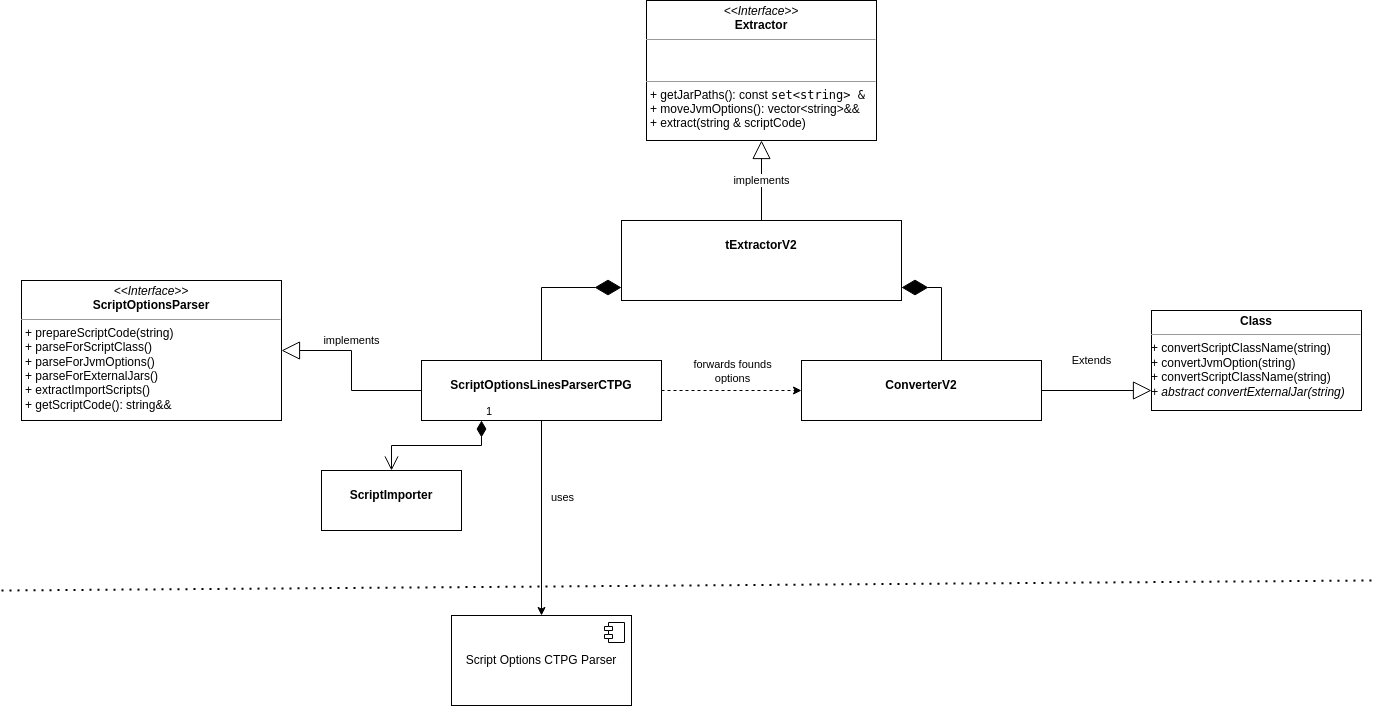
exasol/script-languages keeps this draw.io diagram as exaudfclient/docs/diagrams/CTPGParserHandler.png. Above is the earlier version. Source tidied: cells renumbered, new cells last; positions are measured from the earlier drawing's top-left corner, leaving out a move shared by most shapes. The source it was exported from:
```xml
<mxGraphModel>
  <root>
    <mxCell id="0" />
    <mxCell id="1" parent="0" />
    <mxCell id="2" value="&lt;p style=&quot;margin:0px;margin-top:4px;text-align:center;&quot;&gt;&lt;i&gt;&amp;lt;&amp;lt;Interface&amp;gt;&amp;gt;&lt;/i&gt;&lt;br&gt;&lt;b&gt;Extractor&lt;/b&gt;&lt;/p&gt;&lt;hr size=&quot;1&quot;&gt;&lt;p style=&quot;margin:0px;margin-left:4px;&quot;&gt;&lt;br&gt;&lt;br&gt;&lt;/p&gt;&lt;hr size=&quot;1&quot;&gt;&lt;p style=&quot;margin:0px;margin-left:4px;&quot;&gt;&lt;span style=&quot;background-color: rgb(255, 255, 255);&quot;&gt;+&amp;nbsp;getJarPaths():&amp;nbsp;const&amp;nbsp;&lt;span style=&quot;font-family: &amp;quot;JetBrains Mono&amp;quot;, monospace;&quot;&gt;set&amp;lt;string&amp;gt; &amp;amp;&lt;/span&gt;&lt;/span&gt;&lt;/p&gt;&lt;p style=&quot;margin:0px;margin-left:4px;&quot;&gt;+&amp;nbsp;moveJvmOptions&lt;span style=&quot;background-color: initial;&quot;&gt;():&amp;nbsp;&lt;/span&gt;vector&amp;lt;string&amp;gt;&amp;amp;&amp;amp;&amp;nbsp;&lt;/p&gt;&lt;p style=&quot;margin:0px;margin-left:4px;&quot;&gt;+&amp;nbsp;extract(string &amp;amp; scriptCode)&lt;br&gt;&amp;nbsp;&lt;/p&gt;&lt;p style=&quot;margin:0px;margin-left:4px;&quot;&gt;&amp;nbsp;&lt;br&gt;&lt;/p&gt;" style="verticalAlign=top;align=left;overflow=fill;fontSize=12;fontFamily=Helvetica;html=1;whiteSpace=wrap;" parent="1" vertex="1">
      <mxGeometry x="645" width="230" height="140" as="geometry" />
    </mxCell>
    <mxCell id="3" value="implements" style="endArrow=block;endSize=16;endFill=0;html=1;rounded=0;exitX=0.5;exitY=0;exitDx=0;exitDy=0;entryX=0.5;entryY=1;entryDx=0;entryDy=0;" parent="1" edge="1" target="2">
      <mxGeometry relative="1" as="geometry">
        <mxPoint x="760" y="220" as="sourcePoint" />
      </mxGeometry>
    </mxCell>
    <mxCell id="4" style="edgeStyle=orthogonalEdgeStyle;rounded=0;jettySize=auto;html=1;exitX=0.5;exitY=1;exitDx=0;exitDy=0;entryX=0.5;entryY=0;entryDx=0;entryDy=0;" parent="1" edge="1" source="8" target="11">
      <mxGeometry relative="1" as="geometry" />
    </mxCell>
    <mxCell id="5" value="uses" style="edgeLabel;html=1;align=center;verticalAlign=middle;" parent="4" vertex="1">
      <mxGeometry x="-0.17" y="-1" relative="1" as="geometry">
        <mxPoint x="21" y="-5" as="offset" />
      </mxGeometry>
    </mxCell>
    <mxCell id="6" style="edgeStyle=orthogonalEdgeStyle;rounded=0;jettySize=auto;html=1;exitX=1;exitY=0.5;exitDx=0;exitDy=0;entryX=0;entryY=0.5;entryDx=0;entryDy=0;dashed=1;" parent="1" edge="1" source="8" target="16">
      <mxGeometry relative="1" as="geometry" />
    </mxCell>
    <mxCell id="7" value="forwards founds &lt;br&gt;options" style="edgeLabel;html=1;align=center;verticalAlign=middle;" parent="6" vertex="1">
      <mxGeometry x="0.23" relative="1" as="geometry">
        <mxPoint x="-16" y="-20" as="offset" />
      </mxGeometry>
    </mxCell>
    <mxCell id="8" value="&lt;p style=&quot;margin:0px;margin-top:4px;text-align:center;&quot;&gt;&lt;br&gt;&lt;b&gt;ScriptOptionsLinesParserCTPG&lt;/b&gt;&lt;/p&gt;" style="verticalAlign=top;align=left;overflow=fill;fontSize=12;fontFamily=Helvetica;html=1;whiteSpace=wrap;" parent="1" vertex="1">
      <mxGeometry x="420" y="360" width="240" height="60" as="geometry" />
    </mxCell>
    <mxCell id="9" style="endArrow=diamondThin;endFill=1;endSize=24;html=1;rounded=0;entryX=0;entryY=0.5;entryDx=0;entryDy=0;exitX=0.5;exitY=0;exitDx=0;exitDy=0;" parent="1" edge="1" source="8">
      <mxGeometry relative="1" as="geometry">
        <mxPoint x="620" y="287" as="targetPoint" />
        <Array as="points">
          <mxPoint x="540" y="287" />
        </Array>
      </mxGeometry>
    </mxCell>
    <mxCell id="10" style="endArrow=diamondThin;endFill=1;endSize=24;html=1;rounded=0;entryX=1;entryY=0.5;entryDx=0;entryDy=0;exitX=0.5;exitY=0;exitDx=0;exitDy=0;" parent="1" edge="1">
      <mxGeometry relative="1" as="geometry">
        <mxPoint x="940" y="360" as="sourcePoint" />
        <mxPoint x="900" y="287" as="targetPoint" />
        <Array as="points">
          <mxPoint x="940" y="287" />
        </Array>
      </mxGeometry>
    </mxCell>
    <mxCell id="11" value="Script Options CTPG Parser" style="html=1;whiteSpace=wrap;" parent="1" vertex="1">
      <mxGeometry x="450" y="615" width="180" height="90" as="geometry" />
    </mxCell>
    <mxCell id="12" style="shape=module;jettyWidth=8;jettyHeight=4;" parent="11" vertex="1">
      <mxGeometry x="1" width="20" height="20" relative="1" as="geometry">
        <mxPoint x="-27" y="7" as="offset" />
      </mxGeometry>
    </mxCell>
    <mxCell id="13" style="endArrow=none;dashed=1;html=1;dashPattern=1 3;strokeWidth=2;rounded=0;" parent="1" edge="1">
      <mxGeometry relative="1" as="geometry">
        <mxPoint y="590" as="sourcePoint" />
        <mxPoint x="1370" y="580" as="targetPoint" />
      </mxGeometry>
    </mxCell>
    <mxCell id="14" value="&lt;p style=&quot;margin:0px;margin-top:4px;text-align:center;&quot;&gt;&lt;i&gt;&amp;lt;&amp;lt;Interface&amp;gt;&amp;gt;&lt;/i&gt;&lt;br&gt;&lt;b&gt;ScriptOptionsParser&lt;/b&gt;&lt;/p&gt;&lt;hr size=&quot;1&quot;&gt;&lt;p style=&quot;margin:0px;margin-left:4px;&quot;&gt;&lt;/p&gt;&lt;p style=&quot;margin:0px;margin-left:4px;&quot;&gt;+ prepareScriptCode(string)&lt;br&gt;+ parseForScriptClass()&lt;/p&gt;&lt;p style=&quot;margin:0px;margin-left:4px;&quot;&gt;+ parseForJvmOptions()&lt;br&gt;&lt;/p&gt;&lt;p style=&quot;margin:0px;margin-left:4px;&quot;&gt;+ parseForExternalJars()&lt;br&gt;&lt;/p&gt;&lt;p style=&quot;margin:0px;margin-left:4px;&quot;&gt;+ extractImportScripts()&lt;br&gt;&lt;/p&gt;&lt;p style=&quot;margin:0px;margin-left:4px;&quot;&gt;+ getScriptCode(): string&amp;amp;&amp;amp;&lt;br&gt;&lt;/p&gt;&lt;p style=&quot;margin:0px;margin-left:4px;&quot;&gt;&lt;br&gt;&lt;/p&gt;" style="verticalAlign=top;align=left;overflow=fill;fontSize=12;fontFamily=Helvetica;html=1;whiteSpace=wrap;" parent="1" vertex="1">
      <mxGeometry x="20" y="280" width="260" height="140" as="geometry" />
    </mxCell>
    <mxCell id="15" value="implements" style="endArrow=block;endSize=16;endFill=0;html=1;rounded=0;exitX=0;exitY=0.5;exitDx=0;exitDy=0;entryX=1;entryY=0.5;entryDx=0;entryDy=0;" parent="1" edge="1" source="8" target="14">
      <mxGeometry x="0.22" y="-10" relative="1" as="geometry">
        <Array as="points">
          <mxPoint x="350" y="390" />
          <mxPoint x="350" y="350" />
        </Array>
      </mxGeometry>
    </mxCell>
    <mxCell id="16" value="&lt;p style=&quot;margin:0px;margin-top:4px;text-align:center;&quot;&gt;&lt;br&gt;&lt;b&gt;ConverterV2&lt;/b&gt;&lt;/p&gt;" style="verticalAlign=top;align=left;overflow=fill;fontSize=12;fontFamily=Helvetica;html=1;whiteSpace=wrap;" parent="1" vertex="1">
      <mxGeometry x="800" y="360" width="240" height="60" as="geometry" />
    </mxCell>
    <mxCell id="17" value="Extends" style="endArrow=block;endSize=16;endFill=0;html=1;rounded=0;exitX=1;exitY=0.5;exitDx=0;exitDy=0;entryX=0;entryY=0.5;entryDx=0;entryDy=0;" parent="1" edge="1" source="16">
      <mxGeometry x="-0.09" y="30" relative="1" as="geometry">
        <mxPoint x="1150" y="390" as="targetPoint" />
      </mxGeometry>
    </mxCell>
    <mxCell id="18" value="&lt;p style=&quot;margin:0px;margin-top:4px;text-align:center;&quot;&gt;&lt;br&gt;&lt;b&gt;tExtractorV2&lt;/b&gt;&lt;/p&gt;" style="verticalAlign=top;align=left;overflow=fill;fontSize=12;fontFamily=Helvetica;html=1;whiteSpace=wrap;" parent="1" vertex="1">
      <mxGeometry x="620" y="220" width="280" height="80" as="geometry" />
    </mxCell>
    <mxCell id="19" value="&lt;p style=&quot;margin:0px;margin-top:4px;text-align:center;&quot;&gt;&lt;b&gt;Class&lt;/b&gt;&lt;/p&gt;&lt;hr size=&quot;1&quot;&gt;&lt;div style=&quot;height:2px;&quot;&gt;+ convertScriptClassName(string)&lt;br style=&quot;border-color: var(--border-color);&quot;&gt;+ convertJvmOption(string)&lt;br style=&quot;border-color: var(--border-color);&quot;&gt;+ convertScriptClassName(string)&lt;br style=&quot;border-color: var(--border-color);&quot;&gt;&lt;i style=&quot;border-color: var(--border-color);&quot;&gt;+ abstract convertExternalJar(string)&lt;/i&gt;&lt;/div&gt;" style="verticalAlign=top;align=left;overflow=fill;fontSize=12;fontFamily=Helvetica;html=1;whiteSpace=wrap;" parent="1" vertex="1">
      <mxGeometry x="1150" y="310" width="210" height="100" as="geometry" />
    </mxCell>
    <mxCell id="20" value="&lt;p style=&quot;margin:0px;margin-top:4px;text-align:center;&quot;&gt;&lt;br&gt;&lt;b&gt;ScriptImporter&lt;/b&gt;&lt;/p&gt;" style="verticalAlign=top;align=left;overflow=fill;fontSize=12;fontFamily=Helvetica;html=1;whiteSpace=wrap;" parent="1" vertex="1">
      <mxGeometry x="320" y="470" width="140" height="60" as="geometry" />
    </mxCell>
    <mxCell id="21" value="1" style="endArrow=open;html=1;endSize=12;startArrow=diamondThin;startSize=14;startFill=1;edgeStyle=orthogonalEdgeStyle;align=left;verticalAlign=bottom;rounded=0;exitX=0.25;exitY=1;exitDx=0;exitDy=0;" parent="1" edge="1" source="8" target="20">
      <mxGeometry x="-1" y="3" relative="1" as="geometry" />
    </mxCell>
  </root>
</mxGraphModel>
```
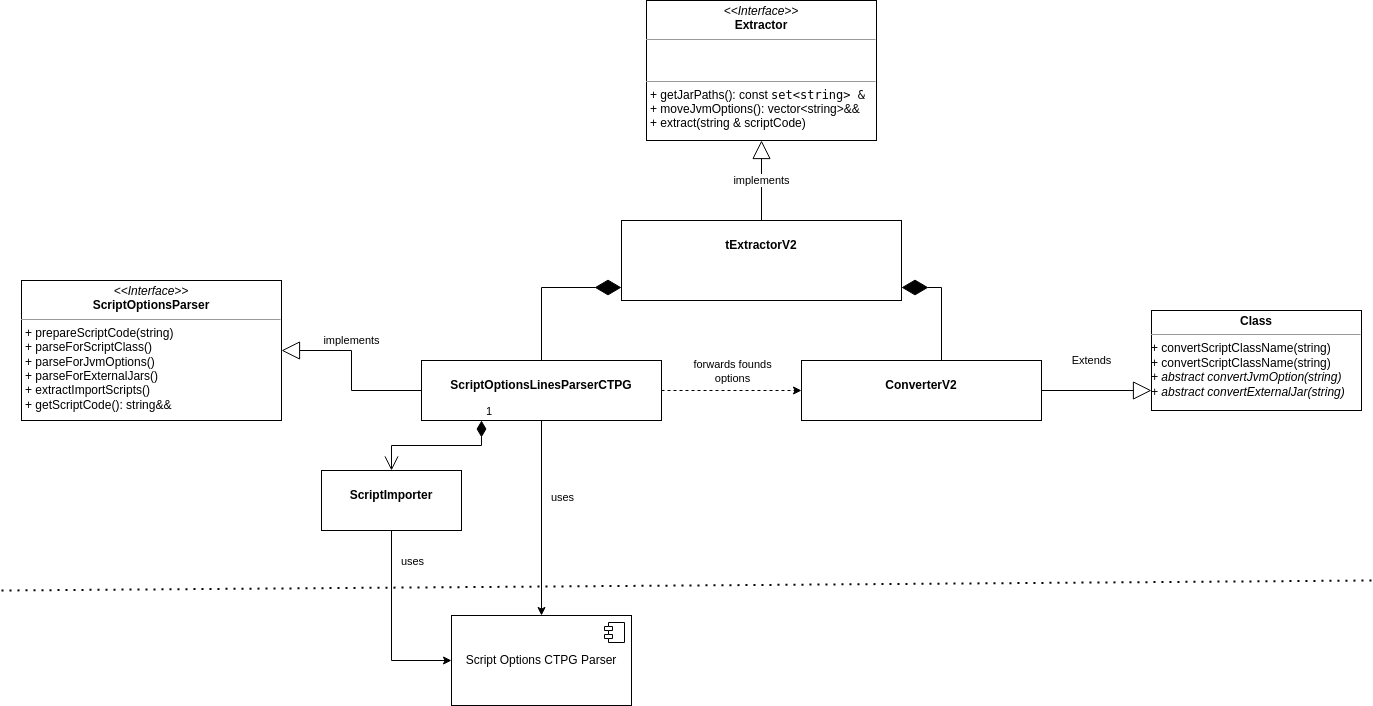
The same file after the commit.

The edit, as a diff of the source:
```diff
@@ -82,9 +82,17 @@
     <mxCell id="18" value="&lt;p style=&quot;margin:0px;margin-top:4px;text-align:center;&quot;&gt;&lt;br&gt;&lt;b&gt;tExtractorV2&lt;/b&gt;&lt;/p&gt;" style="verticalAlign=top;align=left;overflow=fill;fontSize=12;fontFamily=Helvetica;html=1;whiteSpace=wrap;" parent="1" vertex="1">
       <mxGeometry x="620" y="220" width="280" height="80" as="geometry" />
     </mxCell>
-    <mxCell id="19" value="&lt;p style=&quot;margin:0px;margin-top:4px;text-align:center;&quot;&gt;&lt;b&gt;Class&lt;/b&gt;&lt;/p&gt;&lt;hr size=&quot;1&quot;&gt;&lt;div style=&quot;height:2px;&quot;&gt;+ convertScriptClassName(string)&lt;br style=&quot;border-color: var(--border-color);&quot;&gt;+ convertJvmOption(string)&lt;br style=&quot;border-color: var(--border-color);&quot;&gt;+ convertScriptClassName(string)&lt;br style=&quot;border-color: var(--border-color);&quot;&gt;&lt;i style=&quot;border-color: var(--border-color);&quot;&gt;+ abstract convertExternalJar(string)&lt;/i&gt;&lt;/div&gt;" style="verticalAlign=top;align=left;overflow=fill;fontSize=12;fontFamily=Helvetica;html=1;whiteSpace=wrap;" parent="1" vertex="1">
+    <mxCell id="19" value="&lt;p style=&quot;margin:0px;margin-top:4px;text-align:center;&quot;&gt;&lt;b&gt;Class&lt;/b&gt;&lt;/p&gt;&lt;hr size=&quot;1&quot;&gt;&lt;div style=&quot;height:2px;&quot;&gt;+ convertScriptClassName(string)&lt;br style=&quot;border-color: var(--border-color);&quot;&gt;+ convertScriptClassName(string)&lt;br style=&quot;border-color: var(--border-color);&quot;&gt;&lt;i&gt;+ abstract convertJvmOption(string)&lt;/i&gt;&lt;br style=&quot;border-color: var(--border-color);&quot;&gt;&lt;i style=&quot;border-color: var(--border-color);&quot;&gt;+ abstract convertExternalJar(string)&lt;/i&gt;&lt;/div&gt;" style="verticalAlign=top;align=left;overflow=fill;fontSize=12;fontFamily=Helvetica;html=1;whiteSpace=wrap;" parent="1" vertex="1">
       <mxGeometry x="1150" y="310" width="210" height="100" as="geometry" />
     </mxCell>
+    <mxCell id="22" style="edgeStyle=orthogonalEdgeStyle;rounded=0;jettySize=auto;html=1;exitX=0.5;exitY=1;exitDx=0;exitDy=0;entryX=0;entryY=0.5;entryDx=0;entryDy=0;" parent="1" edge="1" source="20" target="11">
+      <mxGeometry relative="1" as="geometry" />
+    </mxCell>
+    <mxCell id="23" value="uses" style="edgeLabel;html=1;align=center;verticalAlign=middle;" parent="22" vertex="1">
+      <mxGeometry x="-0.29" relative="1" as="geometry">
+        <mxPoint x="20" y="-37" as="offset" />
+      </mxGeometry>
+    </mxCell>
     <mxCell id="20" value="&lt;p style=&quot;margin:0px;margin-top:4px;text-align:center;&quot;&gt;&lt;br&gt;&lt;b&gt;ScriptImporter&lt;/b&gt;&lt;/p&gt;" style="verticalAlign=top;align=left;overflow=fill;fontSize=12;fontFamily=Helvetica;html=1;whiteSpace=wrap;" parent="1" vertex="1">
       <mxGeometry x="320" y="470" width="140" height="60" as="geometry" />
     </mxCell>
```
